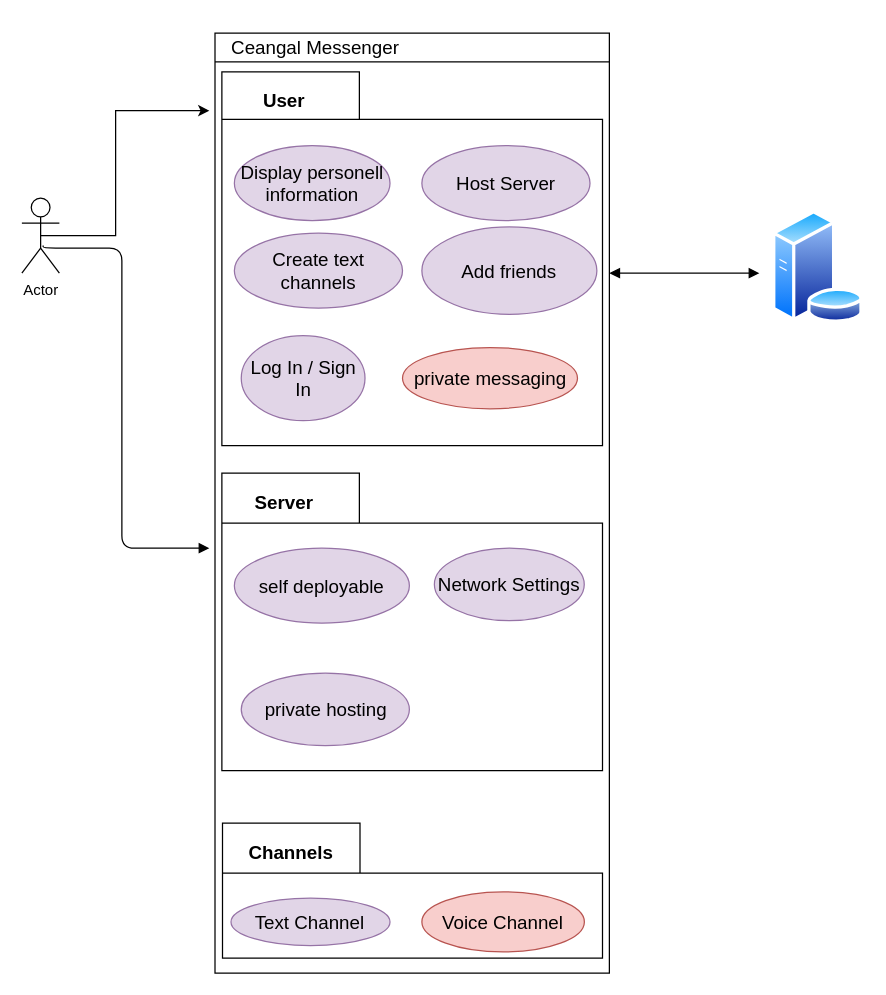
Before: Use Case Scenario.drawio in LorenzSeufert/CeangalMessenger---Documentation, a draw.io diagram. Source tidied: cells renumbered, new cells numbered last; positions are measured from the earlier drawing's top-left corner, leaving out a move shared by most shapes. Both pictures are drawn from the tidied source at 125%, with x=0, y=0 at pixel (21, 21).
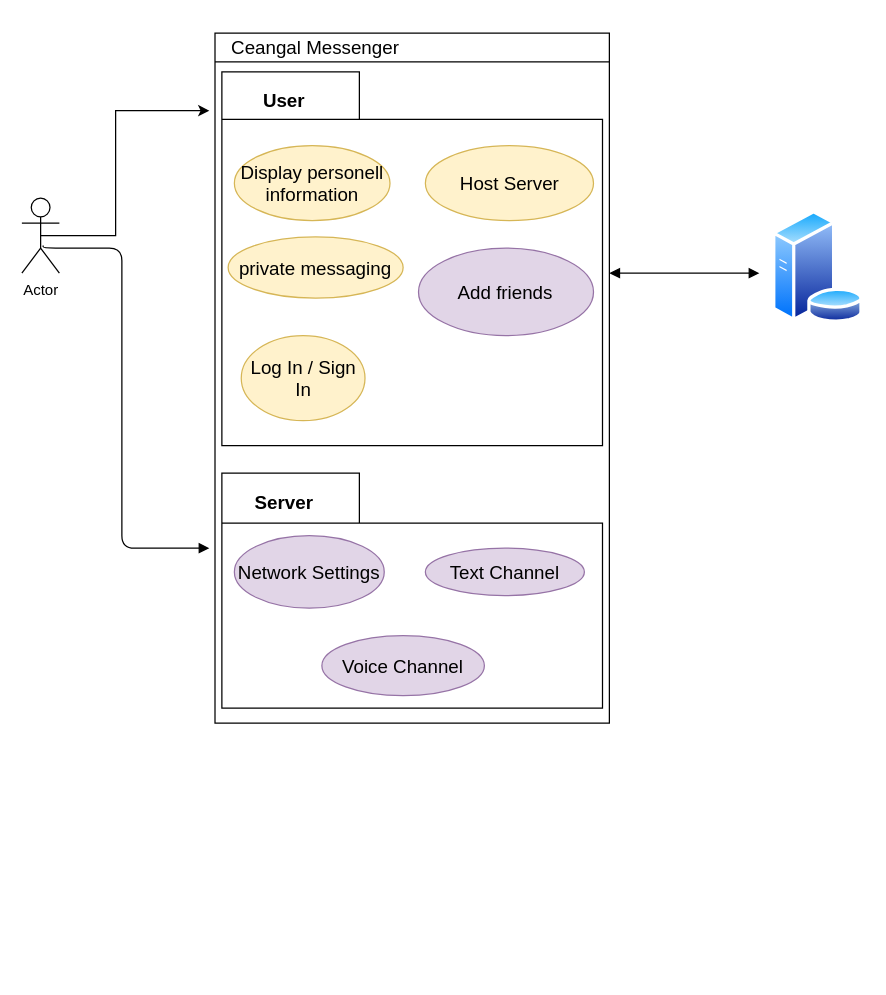
After the change.

Diff of the diagram source:
```diff
@@
     <mxCell id="2" style="swimlane;whiteSpace=wrap;startSize=23;" parent="1" vertex="1">
-      <mxGeometry x="154.5" y="9" width="315.5" height="752" as="geometry" />
+      <mxGeometry x="154.5" y="9" width="315.5" height="552" as="geometry" />
     </mxCell>
@@
-    <mxCell id="5" value="Display personell information" style="ellipse;whiteSpace=wrap;html=1;strokeColor=#9673a6;fillColor=#e1d5e7;fontSize=15;" parent="2" vertex="1">
+    <mxCell id="5" value="Display personell information" style="ellipse;whiteSpace=wrap;html=1;strokeColor=#d6b656;fillColor=#fff2cc;fontSize=15;" parent="2" vertex="1">
       <mxGeometry x="15.5" y="90" width="124.5" height="60" as="geometry" />
     </mxCell>
-    <mxCell id="6" value="Host Server" style="ellipse;whiteSpace=wrap;html=1;strokeColor=#9673a6;fillColor=#e1d5e7;fontSize=15;" parent="2" vertex="1">
-      <mxGeometry x="165.5" y="90" width="134.5" height="60" as="geometry" />
+    <mxCell id="6" value="Host Server" style="ellipse;whiteSpace=wrap;html=1;strokeColor=#d6b656;fillColor=#fff2cc;fontSize=15;" parent="2" vertex="1">
+      <mxGeometry x="168.3" y="90" width="134.5" height="60" as="geometry" />
     </mxCell>
-    <mxCell id="7" value="Create text channels" style="ellipse;whiteSpace=wrap;html=1;strokeColor=#9673a6;fillColor=#e1d5e7;fontSize=15;" parent="2" vertex="1">
-      <mxGeometry x="15.5" y="160" width="134.5" height="60" as="geometry" />
-    </mxCell>
     <mxCell id="8" value="Add friends" style="ellipse;whiteSpace=wrap;html=1;strokeColor=#9673a6;fillColor=#e1d5e7;fontSize=15;" parent="2" vertex="1">
-      <mxGeometry x="165.5" y="155" width="140" height="70" as="geometry" />
+      <mxGeometry x="162.8" y="172" width="140" height="70" as="geometry" />
     </mxCell>
-    <mxCell id="9" value="Log In / Sign In" style="ellipse;whiteSpace=wrap;html=1;strokeColor=#9673a6;fillColor=#e1d5e7;fontSize=15;" parent="2" vertex="1">
+    <mxCell id="9" value="Log In / Sign In" style="ellipse;whiteSpace=wrap;html=1;strokeColor=#d6b656;fillColor=#fff2cc;fontSize=15;" parent="2" vertex="1">
       <mxGeometry x="21" y="242" width="99" height="68" as="geometry" />
     </mxCell>
     <mxCell id="10" style="shape=folder;fontStyle=1;spacingTop=10;tabWidth=110;tabHeight=40;tabPosition=left;html=1;strokeColor=#000000;fillColor=none;fontSize=15;" parent="2" vertex="1">
-      <mxGeometry x="5.5" y="352" width="304.5" height="238" as="geometry" />
+      <mxGeometry x="5.5" y="352" width="304.5" height="188" as="geometry" />
     </mxCell>
@@
     <mxCell id="12" value="Network Settings" style="ellipse;whiteSpace=wrap;html=1;strokeColor=#9673a6;fillColor=#e1d5e7;fontSize=15;" parent="2" vertex="1">
-      <mxGeometry x="175.5" y="412" width="119.9" height="58" as="geometry" />
+      <mxGeometry x="15.5" y="402" width="119.9" height="58" as="geometry" />
     </mxCell>
-    <mxCell id="13" value="private hosting" style="ellipse;whiteSpace=wrap;html=1;strokeColor=#9673a6;fillColor=#e1d5e7;fontSize=15;" parent="2" vertex="1">
-      <mxGeometry x="21" y="512" width="134.5" height="58" as="geometry" />
-    </mxCell>
-    <mxCell id="14" value="private messaging" style="ellipse;whiteSpace=wrap;html=1;strokeColor=#b85450;fillColor=#f8cecc;fontSize=15;" parent="2" vertex="1">
-      <mxGeometry x="150" y="251.5" width="140" height="49" as="geometry" />
+    <mxCell id="14" value="private messaging" style="ellipse;whiteSpace=wrap;html=1;strokeColor=#d6b656;fillColor=#fff2cc;fontSize=15;" parent="2" vertex="1">
+      <mxGeometry x="10.5" y="163" width="140" height="49" as="geometry" />
     </mxCell>
-    <mxCell id="15" style="shape=folder;fontStyle=1;spacingTop=10;tabWidth=110;tabHeight=40;tabPosition=left;html=1;strokeColor=#000000;fillColor=none;fontSize=15;" parent="2" vertex="1">
-      <mxGeometry x="6" y="632" width="304" height="108" as="geometry" />
-    </mxCell>
-    <mxCell id="16" value="Channels" style="text;align=center;fontStyle=1;verticalAlign=middle;spacingLeft=3;spacingRight=3;strokeColor=none;fillColor=none;fontSize=15;" parent="2" vertex="1">
-      <mxGeometry x="21" y="642" width="80" height="26" as="geometry" />
-    </mxCell>
     <mxCell id="17" value="Text Channel" style="ellipse;whiteSpace=wrap;html=1;strokeColor=#9673a6;fillColor=#e1d5e7;fontSize=15;" parent="2" vertex="1">
-      <mxGeometry x="12.8" y="692" width="127.2" height="38" as="geometry" />
+      <mxGeometry x="168.3" y="412" width="127.2" height="38" as="geometry" />
     </mxCell>
-    <mxCell id="18" value="Voice Channel" style="ellipse;whiteSpace=wrap;html=1;strokeColor=#b85450;fillColor=#f8cecc;fontSize=15;" parent="2" vertex="1">
-      <mxGeometry x="165.5" y="687" width="130" height="48" as="geometry" />
+    <mxCell id="18" value="Voice Channel" style="ellipse;whiteSpace=wrap;html=1;strokeColor=#9673a6;fillColor=#e1d5e7;fontSize=15;" parent="2" vertex="1">
+      <mxGeometry x="85.5" y="482" width="130" height="48" as="geometry" />
     </mxCell>
@@
-    <mxCell id="22" value="self deployable" style="ellipse;whiteSpace=wrap;html=1;strokeColor=#9673a6;fillColor=#e1d5e7;fontSize=15;" parent="1" vertex="1">
-      <mxGeometry x="170" y="421" width="140" height="60" as="geometry" />
-    </mxCell>
```
